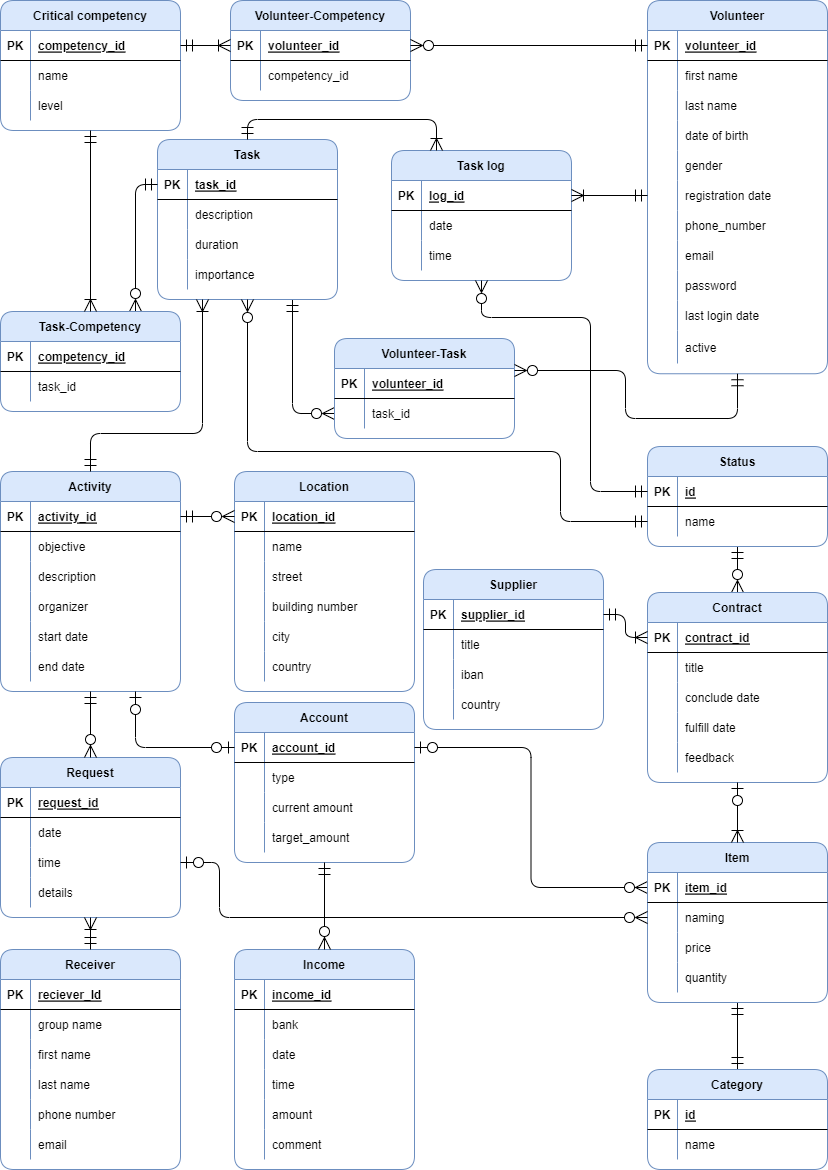
This is ERD.png from C4ptainHook/Database-Coursework, a draw.io export, as it was before one commit. Source tidied: cells renumbered, new cells last; positions are measured from the earlier drawing's top-left corner, leaving out a move shared by most shapes.
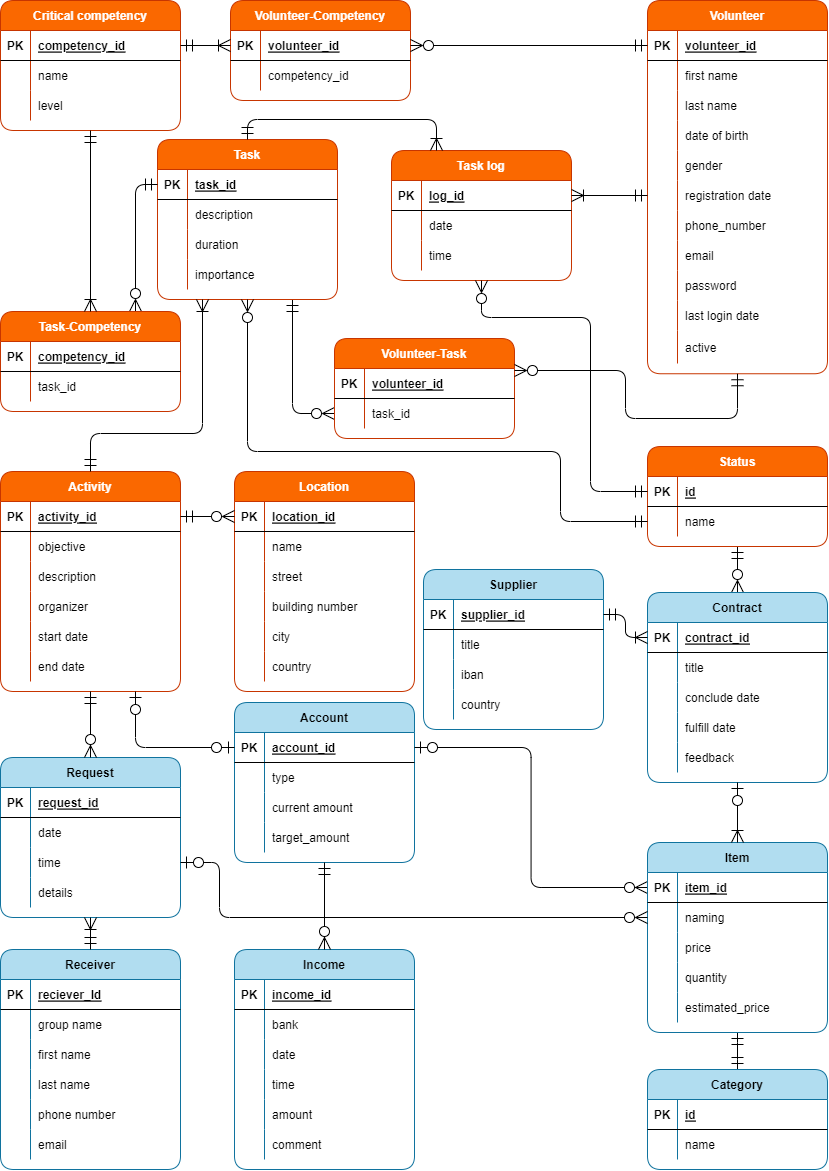
The same diagram one commit later.

Diff of the diagram source:
```diff
@@ -2,7 +2,7 @@
   <root>
     <mxCell id="0" />
     <mxCell id="1" parent="0" />
-    <mxCell id="2" value="Supplier" style="shape=table;startSize=30;rowLines=0;fontStyle=1;align=center;rounded=1;fillColor=#dae8fc;strokeColor=#6c8ebf;" parent="1" vertex="1">
+    <mxCell id="2" value="Supplier" style="shape=table;startSize=30;rowLines=0;fontStyle=1;align=center;rounded=1;fillColor=#b1ddf0;strokeColor=#10739e;" parent="1" vertex="1">
       <mxGeometry x="423" y="569" width="180" height="160" as="geometry" />
     </mxCell>
     <mxCell id="3" style="shape=tableRow;horizontal=0;startSize=0;swimlaneHead=0;swimlaneBody=0;fillColor=none;points=[[0,0.5],[1,0.5]];portConstraint=eastwest;top=0;left=0;right=0;bottom=1;rounded=1;" parent="2" vertex="1">
@@ -44,7 +44,7 @@
     <mxCell id="15" style="edgeStyle=none;rounded=1;jettySize=auto;html=1;exitX=0.5;exitY=0;exitDx=0;exitDy=0;entryX=0.5;entryY=1;entryDx=0;entryDy=0;startArrow=ERzeroToMany;startFill=0;endArrow=ERmandOne;endFill=0;startSize=10;endSize=10;" parent="1" edge="1" source="16" target="249">
       <mxGeometry relative="1" as="geometry" />
     </mxCell>
-    <mxCell id="16" value="Contract" style="shape=table;startSize=30;rowLines=0;fontStyle=1;align=center;rounded=1;fillColor=#dae8fc;strokeColor=#6c8ebf;" parent="1" vertex="1">
+    <mxCell id="16" value="Contract" style="shape=table;startSize=30;rowLines=0;fontStyle=1;align=center;rounded=1;fillColor=#b1ddf0;strokeColor=#10739e;" parent="1" vertex="1">
       <mxGeometry x="647" y="592" width="180" height="190" as="geometry" />
     </mxCell>
     <mxCell id="17" style="shape=tableRow;horizontal=0;startSize=0;swimlaneHead=0;swimlaneBody=0;fillColor=none;points=[[0,0.5],[1,0.5]];portConstraint=eastwest;top=0;left=0;right=0;bottom=1;rounded=1;" parent="16" vertex="1">
@@ -92,7 +92,7 @@
     <mxCell id="31" value="feedback" style="shape=partialRectangle;fillColor=none;top=0;left=0;bottom=0;right=0;align=left;spacingLeft=6;overflow=hidden;rounded=1;" parent="29" vertex="1">
       <mxGeometry x="30" width="150" height="30" as="geometry" />
     </mxCell>
-    <mxCell id="32" value="Activity" style="shape=table;startSize=30;rowLines=0;fontStyle=1;align=center;rounded=1;fillColor=#dae8fc;strokeColor=#6c8ebf;" parent="1" vertex="1">
+    <mxCell id="32" value="Activity" style="shape=table;startSize=30;rowLines=0;fontStyle=1;align=center;rounded=1;fillColor=#fa6800;strokeColor=#C73500;fontColor=#FFFFFF;" parent="1" vertex="1">
       <mxGeometry y="471" width="180" height="220" as="geometry" />
     </mxCell>
     <mxCell id="33" style="shape=tableRow;horizontal=0;startSize=0;swimlaneHead=0;swimlaneBody=0;fillColor=none;points=[[0,0.5],[1,0.5]];portConstraint=eastwest;top=0;left=0;right=0;bottom=1;rounded=1;" parent="32" vertex="1">
@@ -149,7 +149,7 @@
     <mxCell id="50" value="end date" style="shape=partialRectangle;fillColor=none;top=0;left=0;bottom=0;right=0;align=left;spacingLeft=6;overflow=hidden;rounded=1;" parent="48" vertex="1">
       <mxGeometry x="30" width="150" height="30" as="geometry" />
     </mxCell>
-    <mxCell id="51" value="Receiver" style="shape=table;startSize=30;rowLines=0;fontStyle=1;align=center;rounded=1;fillColor=#dae8fc;strokeColor=#6c8ebf;" parent="1" vertex="1">
+    <mxCell id="51" value="Receiver" style="shape=table;startSize=30;rowLines=0;fontStyle=1;align=center;rounded=1;fillColor=#b1ddf0;strokeColor=#10739e;" parent="1" vertex="1">
       <mxGeometry y="949" width="180" height="220" as="geometry" />
     </mxCell>
     <mxCell id="52" style="shape=tableRow;horizontal=0;startSize=0;swimlaneHead=0;swimlaneBody=0;fillColor=none;top=0;left=0;right=0;bottom=1;rounded=1;" parent="51" vertex="1">
@@ -206,7 +206,7 @@
     <mxCell id="69" value="email" style="shape=partialRectangle;fillColor=none;top=0;left=0;bottom=0;right=0;align=left;spacingLeft=6;overflow=hidden;rounded=1;" parent="67" vertex="1">
       <mxGeometry x="30" width="150" height="30" as="geometry" />
     </mxCell>
-    <mxCell id="70" value="Income" style="shape=table;startSize=30;rowLines=0;fontStyle=1;align=center;rounded=1;fillColor=#dae8fc;strokeColor=#6c8ebf;" parent="1" vertex="1">
+    <mxCell id="70" value="Income" style="shape=table;startSize=30;rowLines=0;fontStyle=1;align=center;rounded=1;fillColor=#b1ddf0;strokeColor=#10739e;" parent="1" vertex="1">
       <mxGeometry x="234" y="949" width="180" height="220" as="geometry" />
     </mxCell>
     <mxCell id="71" style="shape=tableRow;horizontal=0;startSize=0;swimlaneHead=0;swimlaneBody=0;fillColor=none;top=0;left=0;right=0;bottom=1;rounded=1;" parent="70" vertex="1">
@@ -266,7 +266,7 @@
     <mxCell id="89" style="edgeStyle=orthogonalEdgeStyle;rounded=1;jettySize=auto;html=1;exitX=0.75;exitY=1;exitDx=0;exitDy=0;entryX=0;entryY=0.5;entryDx=0;entryDy=0;startArrow=ERmandOne;startFill=0;endArrow=ERzeroToMany;endFill=0;startSize=10;endSize=10;" parent="1" edge="1" source="90" target="165">
       <mxGeometry relative="1" as="geometry" />
     </mxCell>
-    <mxCell id="90" value="Task" style="shape=table;startSize=30;rowLines=0;fontStyle=1;align=center;rounded=1;fillColor=#dae8fc;strokeColor=#6c8ebf;" parent="1" vertex="1">
+    <mxCell id="90" value="Task" style="shape=table;startSize=30;rowLines=0;fontStyle=1;align=center;rounded=1;fillColor=#fa6800;strokeColor=#C73500;fontColor=#FFFFFF;" parent="1" vertex="1">
       <mxGeometry x="157" y="139" width="180" height="160" as="geometry" />
     </mxCell>
     <mxCell id="91" style="shape=tableRow;horizontal=0;startSize=0;swimlaneHead=0;swimlaneBody=0;fillColor=none;points=[[0,0.5],[1,0.5]];portConstraint=eastwest;top=0;left=0;right=0;bottom=1;rounded=1;" parent="90" vertex="1">
@@ -305,7 +305,7 @@
     <mxCell id="102" value="importance" style="shape=partialRectangle;fillColor=none;top=0;left=0;bottom=0;right=0;align=left;spacingLeft=6;overflow=hidden;rounded=1;" parent="100" vertex="1">
       <mxGeometry x="30" width="150" height="30" as="geometry" />
     </mxCell>
-    <mxCell id="103" value="Account" style="shape=table;startSize=30;rowLines=0;fontStyle=1;align=center;rounded=1;fillColor=#dae8fc;strokeColor=#6c8ebf;" parent="1" vertex="1">
+    <mxCell id="103" value="Account" style="shape=table;startSize=30;rowLines=0;fontStyle=1;align=center;rounded=1;fillColor=#b1ddf0;strokeColor=#10739e;" parent="1" vertex="1">
       <mxGeometry x="234" y="702" width="180" height="160" as="geometry" />
     </mxCell>
     <mxCell id="104" style="shape=tableRow;horizontal=0;startSize=0;swimlaneHead=0;swimlaneBody=0;fillColor=none;points=[[0,0.5],[1,0.5]];portConstraint=eastwest;top=0;left=0;right=0;bottom=1;rounded=1;" parent="103" vertex="1">
@@ -344,7 +344,7 @@
     <mxCell id="115" value="target_amount" style="shape=partialRectangle;fillColor=none;top=0;left=0;bottom=0;right=0;align=left;spacingLeft=6;overflow=hidden;rounded=1;" parent="113" vertex="1">
       <mxGeometry x="30" width="150" height="30" as="geometry" />
     </mxCell>
-    <mxCell id="116" value="Volunteer" style="shape=table;startSize=30;rowLines=0;fontStyle=1;align=center;rounded=1;fillColor=#dae8fc;strokeColor=#6c8ebf;" parent="1" vertex="1">
+    <mxCell id="116" value="Volunteer" style="shape=table;startSize=30;rowLines=0;fontStyle=1;align=center;rounded=1;fillColor=#fa6800;strokeColor=#C73500;fontColor=#FFFFFF;" parent="1" vertex="1">
       <mxGeometry x="647" width="180" height="373.3" as="geometry" />
     </mxCell>
     <mxCell id="117" style="shape=tableRow;horizontal=0;startSize=0;swimlaneHead=0;swimlaneBody=0;fillColor=none;points=[[0,0.5],[1,0.5]];portConstraint=eastwest;top=0;left=0;right=0;bottom=1;rounded=1;" parent="116" vertex="1">
@@ -446,7 +446,7 @@
     <mxCell id="149" value="active" style="shape=partialRectangle;fillColor=none;top=0;left=0;bottom=0;right=0;align=left;spacingLeft=6;overflow=hidden;rounded=1;" parent="147" vertex="1">
       <mxGeometry x="30" width="150" height="33" as="geometry" />
     </mxCell>
-    <mxCell id="150" value="Critical competency" style="shape=table;startSize=30;rowLines=0;fontStyle=1;align=center;rounded=1;fillColor=#dae8fc;strokeColor=#6c8ebf;" parent="1" vertex="1">
+    <mxCell id="150" value="Critical competency" style="shape=table;startSize=30;rowLines=0;fontStyle=1;align=center;rounded=1;fillColor=#fa6800;strokeColor=#C73500;fontColor=#FFFFFF;" parent="1" vertex="1">
       <mxGeometry width="180" height="130" as="geometry" />
     </mxCell>
     <mxCell id="151" style="shape=tableRow;horizontal=0;startSize=0;swimlaneHead=0;swimlaneBody=0;fillColor=none;points=[[0,0.5],[1,0.5]];portConstraint=eastwest;top=0;left=0;right=0;bottom=1;rounded=1;" parent="150" vertex="1">
@@ -484,7 +484,7 @@
         </Array>
       </mxGeometry>
     </mxCell>
-    <mxCell id="161" value="Volunteer-Task" style="shape=table;startSize=30;rowLines=0;fontStyle=1;align=center;rounded=1;fillColor=#dae8fc;strokeColor=#6c8ebf;" parent="1" vertex="1">
+    <mxCell id="161" value="Volunteer-Task" style="shape=table;startSize=30;rowLines=0;fontStyle=1;align=center;rounded=1;fillColor=#fa6800;strokeColor=#C73500;fontColor=#FFFFFF;" parent="1" vertex="1">
       <mxGeometry x="334" y="338" width="180" height="100" as="geometry" />
     </mxCell>
     <mxCell id="162" style="shape=tableRow;horizontal=0;startSize=0;swimlaneHead=0;swimlaneBody=0;fillColor=none;points=[[0,0.5],[1,0.5]];portConstraint=eastwest;top=0;left=0;right=0;bottom=1;rounded=1;" parent="161" vertex="1">
@@ -508,7 +508,7 @@
     <mxCell id="168" style="fontSize=12;html=1;endArrow=ERoneToMany;startArrow=ERmandOne;rounded=1;startSize=10;endSize=10;exitX=1;exitY=0.5;exitDx=0;exitDy=0;entryX=0;entryY=0.5;entryDx=0;entryDy=0;endFill=0;edgeStyle=orthogonalEdgeStyle;" parent="1" edge="1" source="3" target="17">
       <mxGeometry relative="1" as="geometry" />
     </mxCell>
-    <mxCell id="169" value="Request" style="shape=table;startSize=30;rowLines=0;fontStyle=1;align=center;rounded=1;fillColor=#dae8fc;strokeColor=#6c8ebf;" parent="1" vertex="1">
+    <mxCell id="169" value="Request" style="shape=table;startSize=30;rowLines=0;fontStyle=1;align=center;rounded=1;fillColor=#b1ddf0;strokeColor=#10739e;" parent="1" vertex="1">
       <mxGeometry y="757" width="180" height="160" as="geometry" />
     </mxCell>
     <mxCell id="170" style="shape=tableRow;horizontal=0;startSize=0;swimlaneHead=0;swimlaneBody=0;fillColor=none;top=0;left=0;right=0;bottom=1;rounded=1;" parent="169" vertex="1">
@@ -565,8 +565,8 @@
     <mxCell id="187" style="edgeStyle=orthogonalEdgeStyle;rounded=1;jettySize=auto;html=1;exitX=0.5;exitY=1;exitDx=0;exitDy=0;startArrow=ERmandOne;startFill=0;endArrow=ERmandOne;endFill=0;endSize=10;startSize=10;" parent="1" edge="1" source="188" target="221">
       <mxGeometry relative="1" as="geometry" />
     </mxCell>
-    <mxCell id="188" value="Item" style="shape=table;startSize=30;rowLines=0;fontStyle=1;align=center;rounded=1;fillColor=#dae8fc;strokeColor=#6c8ebf;" parent="1" vertex="1">
-      <mxGeometry x="647" y="842" width="180" height="160" as="geometry" />
+    <mxCell id="188" value="Item" style="shape=table;startSize=30;rowLines=0;fontStyle=1;align=center;rounded=1;fillColor=#b1ddf0;strokeColor=#10739e;" parent="1" vertex="1">
+      <mxGeometry x="647" y="842" width="180" height="190" as="geometry" />
     </mxCell>
     <mxCell id="189" style="shape=tableRow;horizontal=0;startSize=0;swimlaneHead=0;swimlaneBody=0;fillColor=none;points=[[0,0.5],[1,0.5]];portConstraint=eastwest;top=0;left=0;right=0;bottom=1;rounded=1;" parent="188" vertex="1">
       <mxGeometry y="30" width="180" height="30" as="geometry" />
@@ -604,6 +604,15 @@
     <mxCell id="200" value="quantity" style="shape=partialRectangle;fillColor=none;top=0;left=0;bottom=0;right=0;align=left;spacingLeft=6;overflow=hidden;rounded=1;" parent="198" vertex="1">
       <mxGeometry x="30" width="150" height="30" as="geometry" />
     </mxCell>
+    <mxCell id="270" style="shape=tableRow;horizontal=0;startSize=0;swimlaneHead=0;swimlaneBody=0;fillColor=none;top=0;left=0;right=0;bottom=0;labelBackgroundColor=default;fontColor=#FFFFFF;" parent="188" vertex="1">
+      <mxGeometry y="150" width="180" height="30" as="geometry" />
+    </mxCell>
+    <mxCell id="271" style="shape=partialRectangle;fillColor=none;top=0;left=0;bottom=0;right=0;overflow=hidden;labelBackgroundColor=default;fontColor=#FFFFFF;" parent="270" vertex="1">
+      <mxGeometry width="30" height="30" as="geometry" />
+    </mxCell>
+    <mxCell id="272" value="estimated_price" style="shape=partialRectangle;fillColor=none;top=0;left=0;bottom=0;right=0;align=left;spacingLeft=6;overflow=hidden;labelBackgroundColor=default;fontColor=#000000;" parent="270" vertex="1">
+      <mxGeometry x="30" width="150" height="30" as="geometry" />
+    </mxCell>
     <mxCell id="201" style="fontSize=12;html=1;endArrow=ERzeroToMany;startArrow=ERzeroToOne;rounded=1;startSize=10;endSize=10;exitX=1;exitY=0.5;exitDx=0;exitDy=0;entryX=0;entryY=0.5;entryDx=0;entryDy=0;endFill=0;startFill=0;edgeStyle=orthogonalEdgeStyle;" parent="1" edge="1" source="176" target="192">
       <mxGeometry relative="1" as="geometry">
         <Array as="points">
@@ -615,7 +624,7 @@
     <mxCell id="202" style="edgeStyle=orthogonalEdgeStyle;rounded=1;jettySize=auto;html=1;startArrow=ERmandOne;startFill=0;endArrow=ERzeroToMany;endFill=0;startSize=10;endSize=10;exitX=0;exitY=0.5;exitDx=0;exitDy=0;entryX=0.75;entryY=0;entryDx=0;entryDy=0;" parent="1" edge="1" source="91" target="203">
       <mxGeometry relative="1" as="geometry" />
     </mxCell>
-    <mxCell id="203" value="Task-Competency" style="shape=table;startSize=30;rowLines=0;fontStyle=1;align=center;rounded=1;fillColor=#dae8fc;strokeColor=#6c8ebf;" parent="1" vertex="1">
+    <mxCell id="203" value="Task-Competency" style="shape=table;startSize=30;rowLines=0;fontStyle=1;align=center;rounded=1;fillColor=#fa6800;strokeColor=#C73500;fontColor=#FFFFFF;" parent="1" vertex="1">
       <mxGeometry y="311" width="180" height="100" as="geometry" />
     </mxCell>
     <mxCell id="204" style="shape=tableRow;horizontal=0;startSize=0;swimlaneHead=0;swimlaneBody=0;fillColor=none;top=0;left=0;right=0;bottom=1;rounded=1;" parent="203" vertex="1">
@@ -648,7 +657,7 @@
     <mxCell id="211" style="edgeStyle=orthogonalEdgeStyle;rounded=1;jettySize=auto;html=1;exitX=0.5;exitY=1;exitDx=0;exitDy=0;entryX=0.5;entryY=0;entryDx=0;entryDy=0;startArrow=ERmandOne;startFill=0;endArrow=ERoneToMany;endFill=0;startSize=10;endSize=10;" parent="1" edge="1" source="150" target="203">
       <mxGeometry relative="1" as="geometry" />
     </mxCell>
-    <mxCell id="212" value="Volunteer-Competency" style="shape=table;startSize=30;rowLines=0;fontStyle=1;align=center;rounded=1;fillColor=#dae8fc;strokeColor=#6c8ebf;" parent="1" vertex="1">
+    <mxCell id="212" value="Volunteer-Competency" style="shape=table;startSize=30;rowLines=0;fontStyle=1;align=center;rounded=1;fillColor=#fa6800;strokeColor=#C73500;fontColor=#FFFFFF;" parent="1" vertex="1">
       <mxGeometry x="230" width="180" height="100" as="geometry" />
     </mxCell>
     <mxCell id="213" style="shape=tableRow;horizontal=0;startSize=0;swimlaneHead=0;swimlaneBody=0;fillColor=none;points=[[0,0.5],[1,0.5]];portConstraint=eastwest;top=0;left=0;right=0;bottom=1;rounded=1;" parent="212" vertex="1">
@@ -675,7 +684,7 @@
     <mxCell id="220" style="edgeStyle=orthogonalEdgeStyle;rounded=1;jettySize=auto;html=1;exitX=0;exitY=0.5;exitDx=0;exitDy=0;startArrow=ERmandOne;startFill=0;endArrow=ERzeroToMany;endFill=0;startSize=10;endSize=10;entryX=1;entryY=0.5;entryDx=0;entryDy=0;" parent="1" edge="1" source="117" target="213">
       <mxGeometry relative="1" as="geometry" />
     </mxCell>
-    <mxCell id="221" value="Category" style="shape=table;startSize=30;rowLines=0;fontStyle=1;align=center;rounded=1;fillColor=#dae8fc;strokeColor=#6c8ebf;" parent="1" vertex="1">
+    <mxCell id="221" value="Category" style="shape=table;startSize=30;rowLines=0;fontStyle=1;align=center;rounded=1;fillColor=#b1ddf0;strokeColor=#10739e;labelBorderColor=none;" parent="1" vertex="1">
       <mxGeometry x="647" y="1069" width="180" height="100" as="geometry" />
     </mxCell>
     <mxCell id="222" style="shape=tableRow;horizontal=0;startSize=0;swimlaneHead=0;swimlaneBody=0;fillColor=none;top=0;left=0;right=0;bottom=1;rounded=1;" parent="221" vertex="1">
@@ -699,7 +708,7 @@
     <mxCell id="228" style="edgeStyle=orthogonalEdgeStyle;rounded=1;jettySize=auto;html=1;exitX=0.5;exitY=1;exitDx=0;exitDy=0;entryX=0.5;entryY=0;entryDx=0;entryDy=0;startArrow=ERzeroToOne;startFill=0;endArrow=ERoneToMany;endFill=0;startSize=10;endSize=10;" parent="1" edge="1" source="16" target="188">
       <mxGeometry relative="1" as="geometry" />
     </mxCell>
-    <mxCell id="229" value="Location" style="shape=table;startSize=30;rowLines=0;fontStyle=1;align=center;rounded=1;fillColor=#dae8fc;strokeColor=#6c8ebf;" parent="1" vertex="1">
+    <mxCell id="229" value="Location" style="shape=table;startSize=30;rowLines=0;fontStyle=1;align=center;rounded=1;fillColor=#fa6800;strokeColor=#C73500;fontColor=#FFFFFF;" parent="1" vertex="1">
       <mxGeometry x="234" y="471" width="180" height="220" as="geometry" />
     </mxCell>
     <mxCell id="230" style="shape=tableRow;horizontal=0;startSize=0;swimlaneHead=0;swimlaneBody=0;fillColor=none;points=[[0,0.5],[1,0.5]];portConstraint=eastwest;top=0;left=0;right=0;bottom=1;rounded=1;" parent="229" vertex="1">
@@ -759,7 +768,7 @@
     <mxCell id="248" style="edgeStyle=orthogonalEdgeStyle;rounded=1;jettySize=auto;html=1;exitX=1;exitY=0.5;exitDx=0;exitDy=0;entryX=0;entryY=0.5;entryDx=0;entryDy=0;startArrow=ERmandOne;startFill=0;endArrow=ERzeroToMany;endFill=0;startSize=10;endSize=10;" parent="1" edge="1" source="33" target="230">
       <mxGeometry relative="1" as="geometry" />
     </mxCell>
-    <mxCell id="249" value="Status" style="shape=table;startSize=30;rowLines=0;fontStyle=1;align=center;rounded=1;fillColor=#dae8fc;strokeColor=#6c8ebf;" parent="1" vertex="1">
+    <mxCell id="249" value="Status" style="shape=table;startSize=30;rowLines=0;fontStyle=1;align=center;rounded=1;fillColor=#fa6800;strokeColor=#C73500;fontColor=#FFFFFF;" parent="1" vertex="1">
       <mxGeometry x="647" y="446" width="180" height="100" as="geometry" />
     </mxCell>
     <mxCell id="250" style="shape=tableRow;horizontal=0;startSize=0;swimlaneHead=0;swimlaneBody=0;fillColor=none;points=[[0,0.5],[1,0.5]];portConstraint=eastwest;top=0;left=0;right=0;bottom=1;rounded=1;" parent="249" vertex="1">
@@ -789,7 +798,7 @@
         </Array>
       </mxGeometry>
     </mxCell>
-    <mxCell id="257" value="Task log" style="shape=table;startSize=30;rowLines=0;fontStyle=1;align=center;rounded=1;fillColor=#dae8fc;strokeColor=#6c8ebf;" parent="1" vertex="1">
+    <mxCell id="257" value="Task log" style="shape=table;startSize=30;rowLines=0;fontStyle=1;align=center;rounded=1;fillColor=#fa6800;strokeColor=#C73500;fontColor=#FFFFFF;" parent="1" vertex="1">
       <mxGeometry x="391" y="150" width="180" height="130" as="geometry" />
     </mxCell>
     <mxCell id="258" style="shape=tableRow;horizontal=0;startSize=0;swimlaneHead=0;swimlaneBody=0;fillColor=none;points=[[0,0.5],[1,0.5]];portConstraint=eastwest;top=0;left=0;right=0;bottom=1;rounded=1;" parent="257" vertex="1">
```
